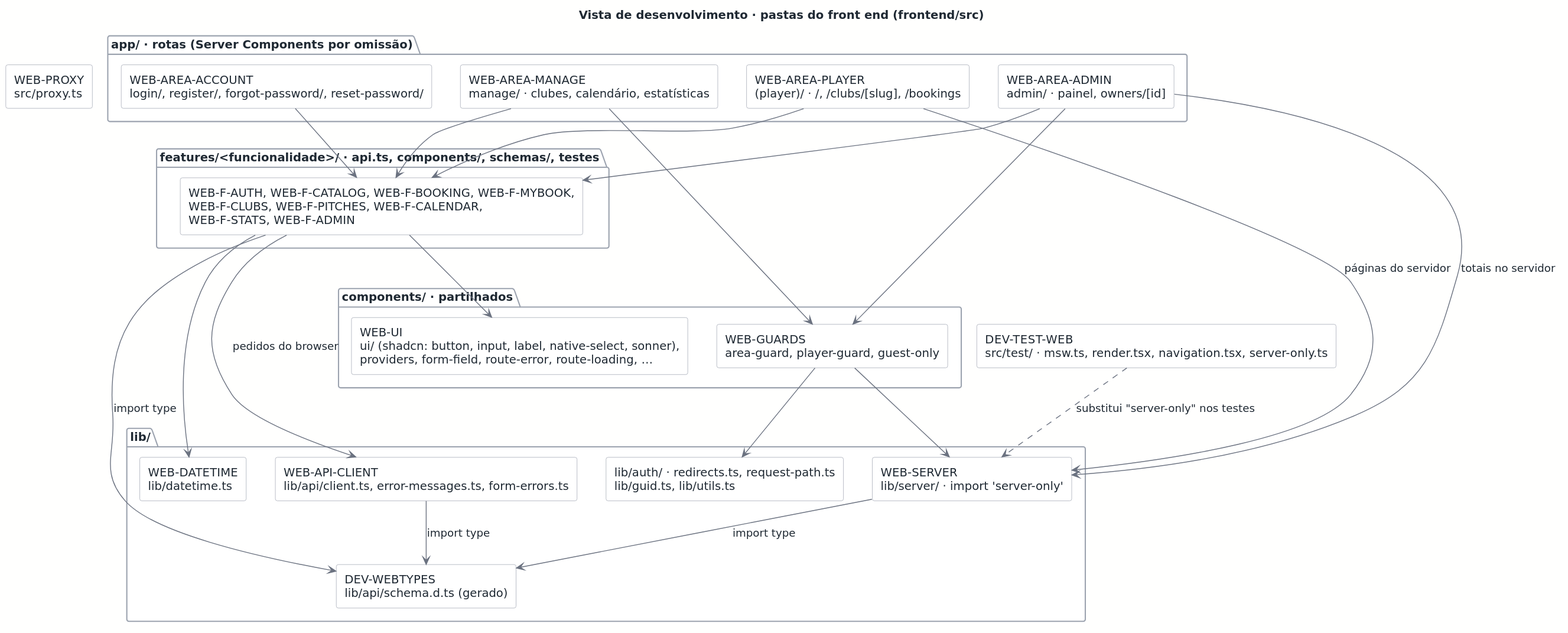
Earlier version of the PlantUML export docs/architecture/out/development-frontend.svg (rodrigo4sousa/SportsEstablishments).
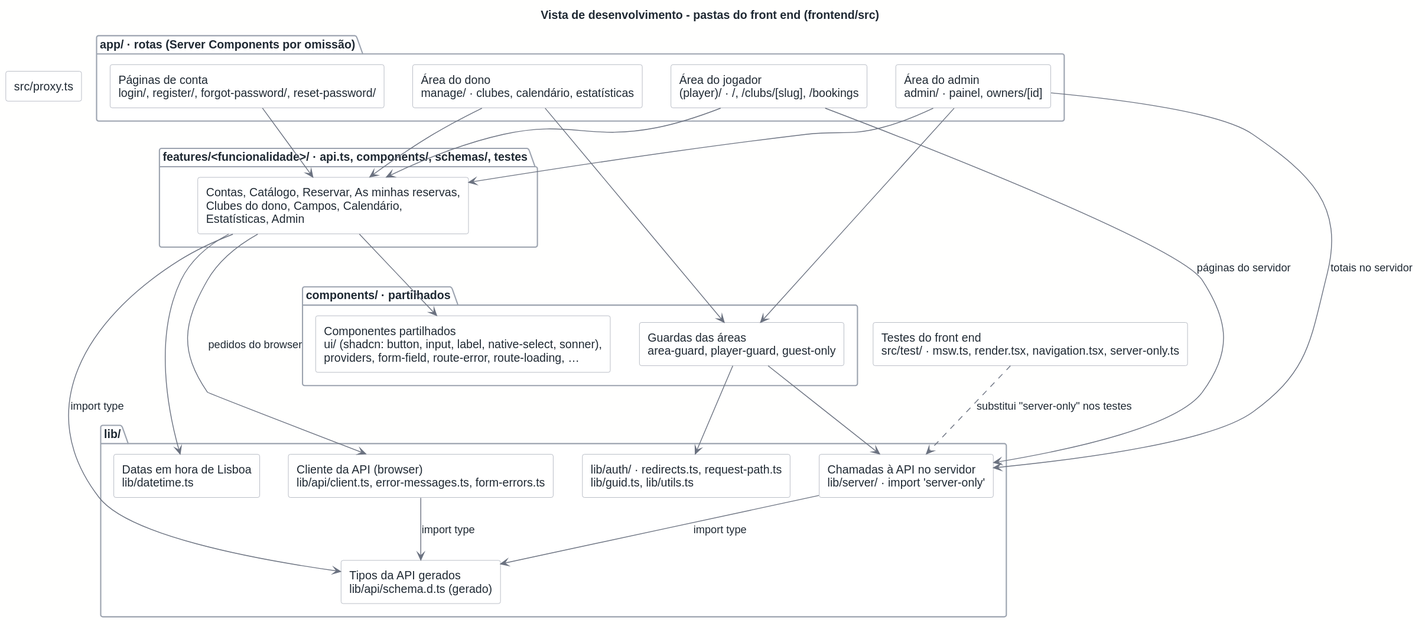
After the change.

The edit, as a diff of the source:
```diff
@@ -1,51 +1,51 @@
 @startuml
 !include ../style.puml
-title Vista de desenvolvimento · pastas do front end (frontend/src)
+title Vista de desenvolvimento - pastas do front end (frontend/src)
 
 skinparam defaultTextAlignment left
 
 package "app/ · rotas (Server Components por omissão)" {
-  rectangle "WEB-AREA-PLAYER\n(player)/ · /, /clubs/[slug], /bookings" as AREA_PLAYER
-  rectangle "WEB-AREA-MANAGE\nmanage/ · clubes, calendário, estatísticas" as AREA_MANAGE
-  rectangle "WEB-AREA-ADMIN\nadmin/ · painel, owners/[id]" as AREA_ADMIN
-  rectangle "WEB-AREA-ACCOUNT\nlogin/, register/, forgot-password/, reset-password/" as AREA_ACCOUNT
+  rectangle "Área do jogador\n(player)/ · /, /clubs/[slug], /bookings" as WEB_AREA_PLAYER
+  rectangle "Área do dono\nmanage/ · clubes, calendário, estatísticas" as WEB_AREA_MANAGE
+  rectangle "Área do admin\nadmin/ · painel, owners/[id]" as WEB_AREA_ADMIN
+  rectangle "Páginas de conta\nlogin/, register/, forgot-password/, reset-password/" as WEB_AREA_ACCOUNT
 }
 
 package "features/<funcionalidade>/ · api.ts, components/, schemas/, testes" {
-  rectangle "WEB-F-AUTH, WEB-F-CATALOG, WEB-F-BOOKING, WEB-F-MYBOOK,\nWEB-F-CLUBS, WEB-F-PITCHES, WEB-F-CALENDAR,\nWEB-F-STATS, WEB-F-ADMIN" as FEATURES
+  rectangle "Contas, Catálogo, Reservar, As minhas reservas,\nClubes do dono, Campos, Calendário,\nEstatísticas, Admin" as FEATURES
 }
 
 package "components/ · partilhados" {
-  rectangle "WEB-GUARDS\narea-guard, player-guard, guest-only" as GUARDS
-  rectangle "WEB-UI\nui/ (shadcn: button, input, label, native-select, sonner),\nproviders, form-field, route-error, route-loading, …" as UI
+  rectangle "Guardas das áreas\narea-guard, player-guard, guest-only" as WEB_GUARDS
+  rectangle "Componentes partilhados\nui/ (shadcn: button, input, label, native-select, sonner),\nproviders, form-field, route-error, route-loading, …" as WEB_UI
 }
 
 package "lib/" {
-  rectangle "WEB-API-CLIENT\nlib/api/client.ts, error-messages.ts, form-errors.ts" as CLIENT
-  rectangle "DEV-WEBTYPES\nlib/api/schema.d.ts (gerado)" as TYPES
-  rectangle "WEB-SERVER\nlib/server/ · import 'server-only'" as SERVER
-  rectangle "WEB-DATETIME\nlib/datetime.ts" as DATETIME
+  rectangle "Cliente da API (browser)\nlib/api/client.ts, error-messages.ts, form-errors.ts" as WEB_API_CLIENT
+  rectangle "Tipos da API gerados\nlib/api/schema.d.ts (gerado)" as DEV_WEBTYPES
+  rectangle "Chamadas à API no servidor\nlib/server/ · import 'server-only'" as WEB_SERVER
+  rectangle "Datas em hora de Lisboa\nlib/datetime.ts" as WEB_DATETIME
   rectangle "lib/auth/ · redirects.ts, request-path.ts\nlib/guid.ts, lib/utils.ts" as LIBMISC
 }
 
-rectangle "WEB-PROXY\nsrc/proxy.ts" as PROXY
-rectangle "DEV-TEST-WEB\nsrc/test/ · msw.ts, render.tsx, navigation.tsx, server-only.ts" as TESTSUPPORT
+rectangle "src/proxy.ts" as WEB_PROXY
+rectangle "Testes do front end\nsrc/test/ · msw.ts, render.tsx, navigation.tsx, server-only.ts" as DEV_TEST_WEB
 
-AREA_PLAYER --> FEATURES
-AREA_MANAGE --> FEATURES
-AREA_ADMIN --> FEATURES
-AREA_ACCOUNT --> FEATURES
-AREA_MANAGE --> GUARDS
-AREA_ADMIN --> GUARDS
-AREA_PLAYER --> SERVER : páginas do servidor
-AREA_ADMIN --> SERVER : totais no servidor
-GUARDS --> SERVER
-FEATURES --> CLIENT : pedidos do browser
-FEATURES --> UI
-FEATURES --> DATETIME
-FEATURES --> TYPES : import type
-CLIENT --> TYPES : import type
-SERVER --> TYPES : import type
-GUARDS --> LIBMISC
-TESTSUPPORT ..> SERVER : substitui "server-only" nos testes
+WEB_AREA_PLAYER --> FEATURES
+WEB_AREA_MANAGE --> FEATURES
+WEB_AREA_ADMIN --> FEATURES
+WEB_AREA_ACCOUNT --> FEATURES
+WEB_AREA_MANAGE --> WEB_GUARDS
+WEB_AREA_ADMIN --> WEB_GUARDS
+WEB_AREA_PLAYER --> WEB_SERVER : páginas do servidor
+WEB_AREA_ADMIN --> WEB_SERVER : totais no servidor
+WEB_GUARDS --> WEB_SERVER
+FEATURES --> WEB_API_CLIENT : pedidos do browser
+FEATURES --> WEB_UI
+FEATURES --> WEB_DATETIME
+FEATURES --> DEV_WEBTYPES : import type
+WEB_API_CLIENT --> DEV_WEBTYPES : import type
+WEB_SERVER --> DEV_WEBTYPES : import type
+WEB_GUARDS --> LIBMISC
+DEV_TEST_WEB ..> WEB_SERVER : substitui "server-only" nos testes
 @enduml
```
